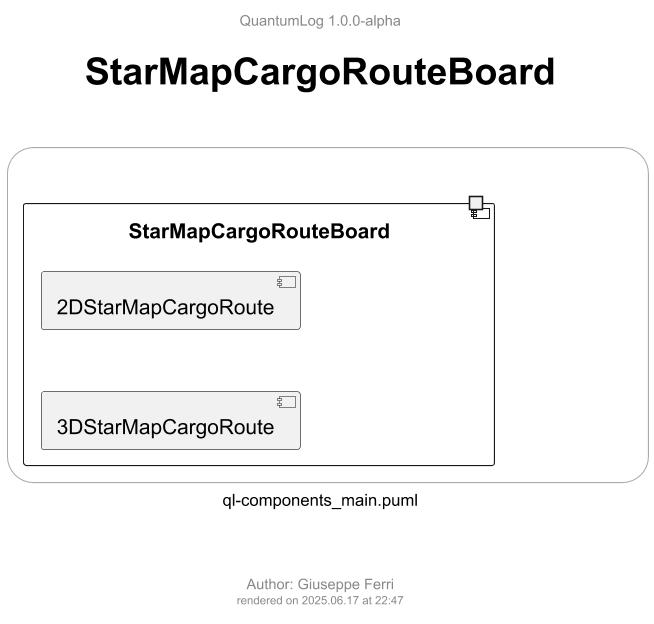
Before: out/ql-diagram/ql-components_main_starmapcargorouteboard.png, a diagram exported from PlantUML (JoeFerri/QuantumLog).
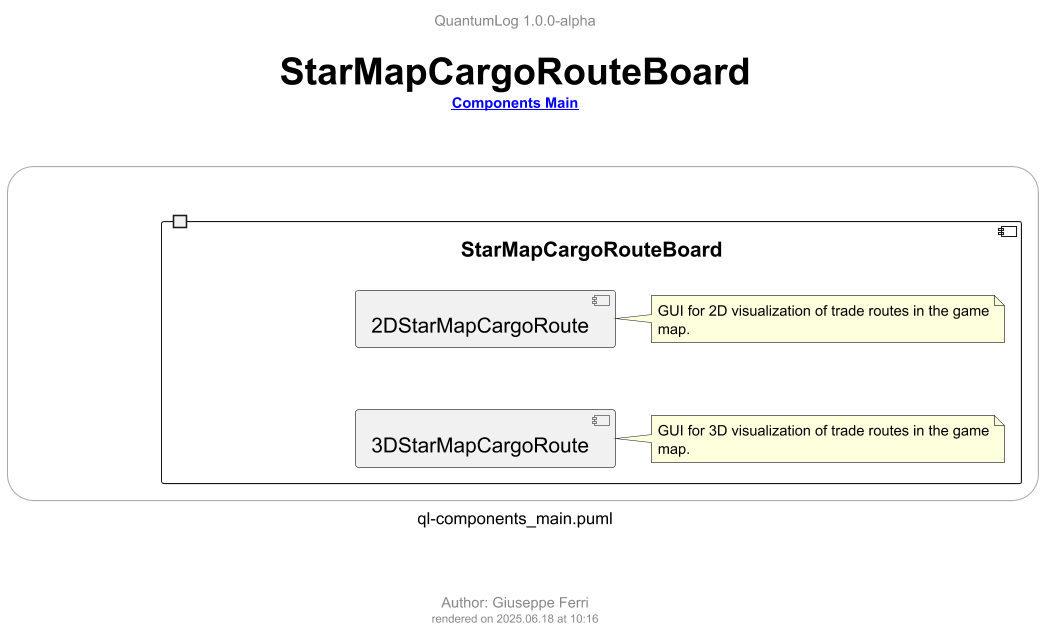
After the change.

What changed in the source:
```diff
@@ -1,8 +1,10 @@
 @startuml ql-components_main_starmapcargorouteboard
 !$title = "StarMapCargoRouteBoard"
+!$rootLink = "[[ql-components_main.png {go to Components Main diagram} Components Main]]"
 !$author = "Giuseppe Ferri"
 
 !include templates/ql-template-main.iuml
+!include templates/styles/ql-style-lib.iuml
 
 rectangle r <<frame>> {
 
@@ -10,7 +12,12 @@
     port PStarMapCargoRouteBoardOut
 
       component [3DStarMapCargoRoute]
+        !$note = "GUI for 3D visualization of trade routes in the game map."
+        $qlNoteRel(n3DStarMapCargoRoute, [3DStarMapCargoRoute], ".l.", $note)
+
       component [2DStarMapCargoRoute]
+        !$note = "GUI for 2D visualization of trade routes in the game map."
+        $qlNoteRel(n2DStarMapCargoRoute, [2DStarMapCargoRoute], ".l.", $note)
   }
 
 }
```
